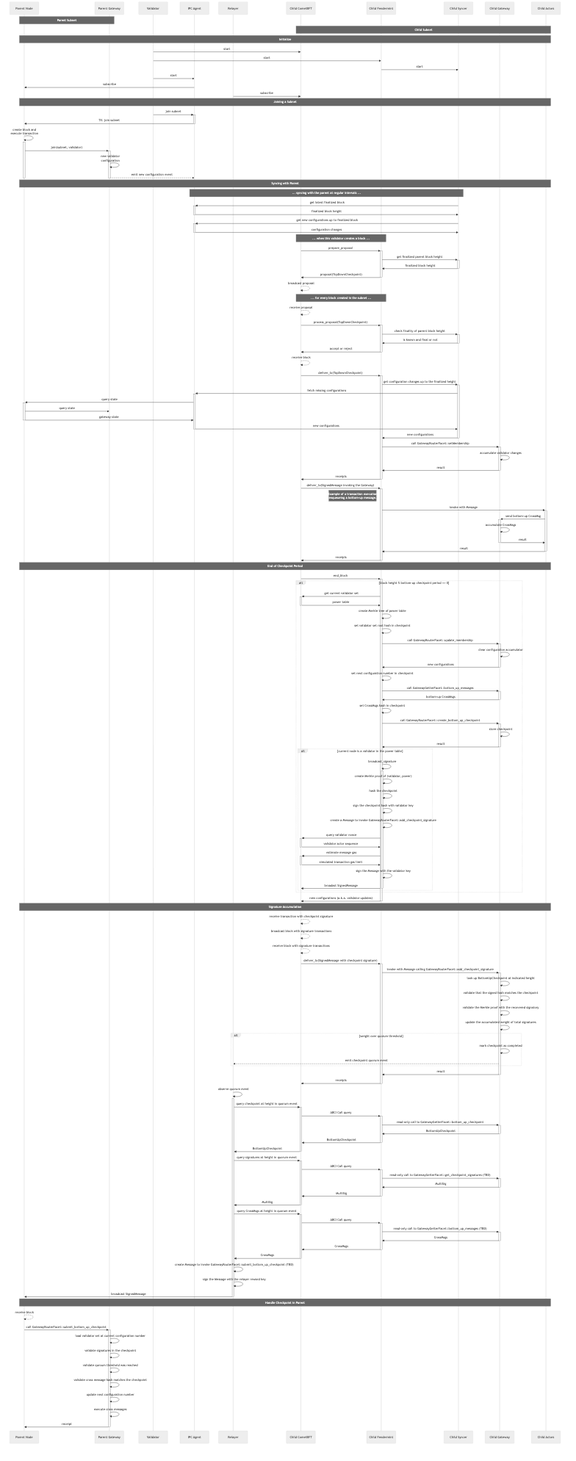
Earlier version of the Mermaid export docs/fendermint/diagrams/checkpointing.png (consensus-shipyard/ipc). Its source is kept beside it as docs/fendermint/diagrams/checkpointing.mmd.
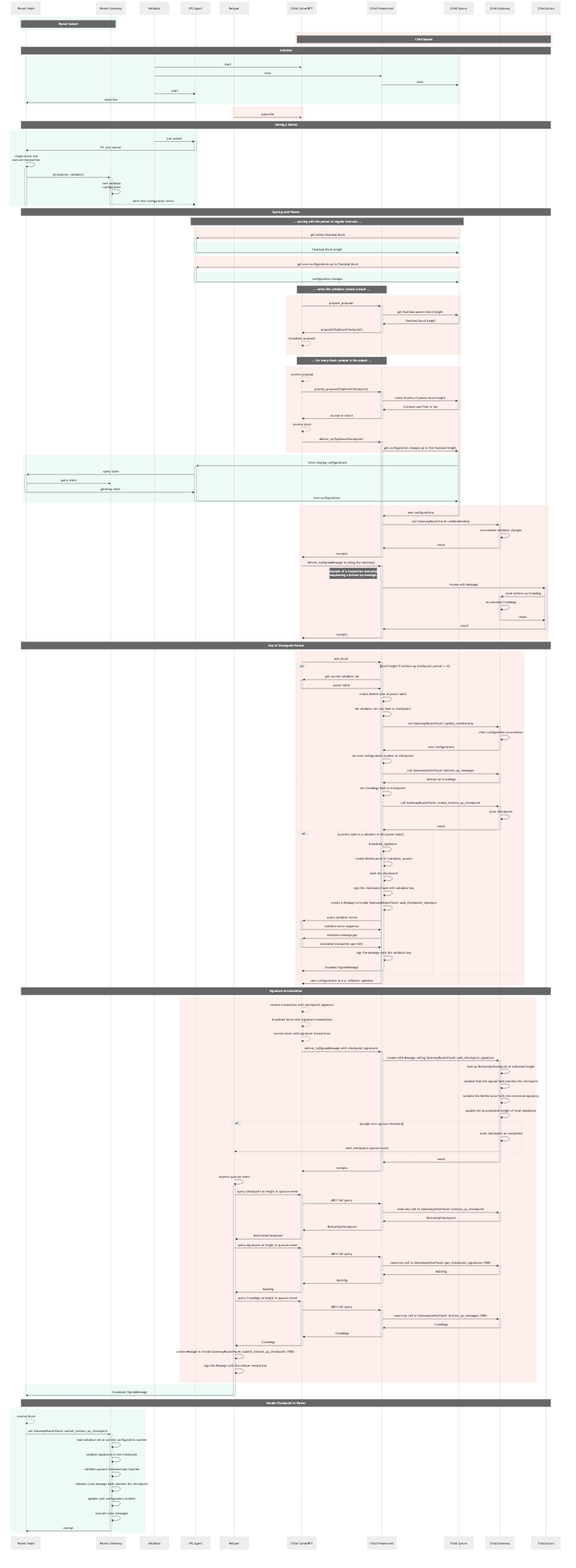
Later version of the same file.

Diff of the diagram source:
```diff
@@ -10,170 +10,204 @@
     participant ChildGateway as Child Gateway
     participant ChildActors as Child Actors
 
-    Note over ParentNode, ParentGateway: Parent Subnet
-    Note over ChildCometBFT, ChildActors: Child Subnet
+    rect rgb(238, 251, 245)
+        Note over ParentNode, ParentGateway: Parent Subnet
+    end
+    rect rgb(254, 239, 236)
+        Note over ChildCometBFT, ChildActors: Child Subnet
+    end
 
     Note over ParentNode, ChildActors: Initialize
 
-    Validator->>ChildCometBFT: start
-    Validator->>ChildFendermint: start
-    ChildFendermint->>ChildSyncer: start
-    Validator->>IPCAgent: start
-    IPCAgent->>ParentNode: subscribe
-    Relayer->>ChildCometBFT: subscribe
+    rect rgb(238, 251, 245)
+        Validator->>ChildCometBFT: start
+        Validator->>ChildFendermint: start
+        ChildFendermint->>ChildSyncer: start
+        Validator->>IPCAgent: start
+        IPCAgent->>ParentNode: subscribe
+    end
+    rect rgb(254, 239, 236)
+        Relayer->>ChildCometBFT: subscribe
+    end
 
     Note over ParentNode, ChildActors: Joining a Subnet
 
-    Validator->>+IPCAgent: join subnet
-    IPCAgent->>-ParentNode: TX: join subnet
-    ParentNode->>+ParentNode: create block and<br/>execute transaction
-    ParentNode->>+ParentGateway: join(subnet, validator)
-    ParentGateway->>ParentGateway: new validator<br/>configuration
-    ParentGateway-->>IPCAgent: emit new configuration event
-    deactivate ParentGateway
-    deactivate ParentNode
+    rect rgb(238, 251, 245)
+        Validator->>+IPCAgent: join subnet
+        IPCAgent->>-ParentNode: TX: join subnet
+        ParentNode->>+ParentNode: create block and<br/>execute transaction
+        ParentNode->>+ParentGateway: join(subnet, validator)
+        ParentGateway->>ParentGateway: new validator<br/>configuration
+        ParentGateway-->>IPCAgent: emit new configuration event
+        deactivate ParentGateway
+        deactivate ParentNode
+    end
 
     Note over ParentNode, ChildActors: Syncing with Parent
     Note over ChildSyncer, IPCAgent: ... syncing with the parent at regular intervals ...
 
-    ChildSyncer->>+IPCAgent: get latest finalized block
-    IPCAgent->>-ChildSyncer: finalized block height
+    rect rgb(254, 239, 236)
+        ChildSyncer->>+IPCAgent: get latest finalized block
+    end
+    rect rgb(238, 251, 245)
+        IPCAgent->>-ChildSyncer: finalized block height
+    end
 
-    ChildSyncer->>+IPCAgent: get new configurations up to finalized block
-    IPCAgent->>-ChildSyncer: configuration changes
+    rect rgb(254, 239, 236)
+        ChildSyncer->>+IPCAgent: get new configurations up to finalized block
+    end
+    rect rgb(238, 251, 245)
+        IPCAgent->>-ChildSyncer: configuration changes
+    end
 
     Note over ChildCometBFT, ChildFendermint: ... when this validator creates a block ...
 
-    ChildCometBFT->>+ChildFendermint: prepare_proposal
-    ChildFendermint->>+ChildSyncer: get finalized parent block height
-    ChildSyncer->>-ChildFendermint: finalized block height
-    ChildFendermint->>-ChildCometBFT: proposal(TopDownCheckpoint)
-    ChildCometBFT-->>ChildCometBFT: broadcast proposal
+    rect rgb(254, 239, 236)
+        ChildCometBFT->>+ChildFendermint: prepare_proposal
+        ChildFendermint->>+ChildSyncer: get finalized parent block height
+        ChildSyncer->>-ChildFendermint: finalized block height
+        ChildFendermint->>-ChildCometBFT: proposal(TopDownCheckpoint)
+        ChildCometBFT-->>ChildCometBFT: broadcast proposal
+    end
 
     Note over ChildCometBFT, ChildFendermint: ... for every block created in the subnet ...
 
-    ChildCometBFT-->>ChildCometBFT: receive proposal
-    ChildCometBFT->>+ChildFendermint: process_proposal(TopDownCheckpoint)
-    ChildFendermint->>+ChildSyncer: check finality of parent block height
-    ChildSyncer->>-ChildFendermint: is known and final or not
-    ChildFendermint->>-ChildCometBFT: accept or reject
+    rect rgb(254, 239, 236)
+        ChildCometBFT-->>ChildCometBFT: receive proposal
+        ChildCometBFT->>+ChildFendermint: process_proposal(TopDownCheckpoint)
+        ChildFendermint->>+ChildSyncer: check finality of parent block height
+        ChildSyncer->>-ChildFendermint: is known and final or not
+        ChildFendermint->>-ChildCometBFT: accept or reject
 
-    ChildCometBFT-->>ChildCometBFT: receive block
+        ChildCometBFT-->>ChildCometBFT: receive block
 
-    ChildCometBFT->>+ChildFendermint: deliver_tx(TopDownCheckpoint)
-    ChildFendermint->>+ChildSyncer: get configuration changes up to the finalized height
-    ChildSyncer->>+IPCAgent: fetch missing configurations
-    IPCAgent->>+ParentNode: query state
-    ParentNode->>ParentGateway: query state
-    ParentNode->>-IPCAgent: gateway state
-    IPCAgent->>-ChildSyncer: new configurations
-    ChildSyncer->>-ChildFendermint: new configurations
-    ChildFendermint->>+ChildGateway: call GatewayRouterFacet::setMembership
-    ChildGateway->>ChildGateway: accumulate validator changes
-    ChildGateway->>-ChildFendermint: result
-    ChildFendermint->>-ChildCometBFT: receipts
+        ChildCometBFT->>+ChildFendermint: deliver_tx(TopDownCheckpoint)
+        ChildFendermint->>+ChildSyncer: get configuration changes up to the finalized height
+    end
+    rect rgb(238, 251, 245)
+        ChildSyncer->>+IPCAgent: fetch missing configurations
+        IPCAgent->>+ParentNode: query state
+        ParentNode->>ParentGateway: query state
+        ParentNode->>-IPCAgent: gateway state
+        IPCAgent->>-ChildSyncer: new configurations
+    end
+    rect rgb(254, 239, 236)
+        ChildSyncer->>-ChildFendermint: new configurations
+        ChildFendermint->>+ChildGateway: call GatewayRouterFacet::setMembership
+        ChildGateway->>ChildGateway: accumulate validator changes
+        ChildGateway->>-ChildFendermint: result
+        ChildFendermint->>-ChildCometBFT: receipts
 
-    ChildCometBFT->>+ChildFendermint: deliver_tx(SignedMessage invoking the Gateway)
-    Note left of ChildFendermint: Example of a transaction execution<br/>enqueueing a bottom-up message.
-    ChildFendermint->>+ChildActors: invoke with Message
-    ChildActors->>+ChildGateway: send bottom-up CrossMsg
-    ChildGateway->>ChildGateway: accumulate CrossMsgs
-    ChildGateway->>-ChildActors: result
-    ChildActors->>-ChildFendermint: result
-    ChildFendermint->>-ChildCometBFT: receipts
+        ChildCometBFT->>+ChildFendermint: deliver_tx(SignedMessage invoking the Gateway)
+        Note left of ChildFendermint: Example of a transaction execution<br/>enqueueing a bottom-up message.
+        ChildFendermint->>+ChildActors: invoke with Message
+        ChildActors->>+ChildGateway: send bottom-up CrossMsg
+        ChildGateway->>ChildGateway: accumulate CrossMsgs
+        ChildGateway->>-ChildActors: result
+        ChildActors->>-ChildFendermint: result
+        ChildFendermint->>-ChildCometBFT: receipts
+    end
 
     Note over ParentNode, ChildActors: End of Checkpoint Period
 
-    ChildCometBFT->>+ChildFendermint: end_block
-    alt block height % bottom-up checkpoint period == 0
-        ChildFendermint->>+ChildCometBFT: get current validator set
-        ChildCometBFT->>-ChildFendermint: power table
-        ChildFendermint->>ChildFendermint: create Merkle tree of power table
-        ChildFendermint->>ChildFendermint: set validator set root hash in checkpoint
+    rect rgb(254, 239, 236)
+        ChildCometBFT->>+ChildFendermint: end_block
+        alt block height % bottom-up checkpoint period == 0
+            ChildFendermint->>+ChildCometBFT: get current validator set
+            ChildCometBFT->>-ChildFendermint: power table
+            ChildFendermint->>ChildFendermint: create Merkle tree of power table
+            ChildFendermint->>ChildFendermint: set validator set root hash in checkpoint
 
-        ChildFendermint->>+ChildGateway: call GatewayRouterFacet::update_membership
-        ChildGateway->>ChildGateway: clear configuration accumulator
-        ChildGateway->>-ChildFendermint: new configurations
-        ChildFendermint->>ChildFendermint: set next configuration number in checkpoint
+            ChildFendermint->>+ChildGateway: call GatewayRouterFacet::update_membership
+            ChildGateway->>ChildGateway: clear configuration accumulator
+            ChildGateway->>-ChildFendermint: new configurations
+            ChildFendermint->>ChildFendermint: set next configuration number in checkpoint
 
-        ChildFendermint->>+ChildGateway: call GatewayGetterFacet::bottom_up_messages
-        ChildGateway->>-ChildFendermint: bottom-up CrossMsgs
-        ChildFendermint->>ChildFendermint: set CrossMsgs hash in checkpoint
+            ChildFendermint->>+ChildGateway: call GatewayGetterFacet::bottom_up_messages
+            ChildGateway->>-ChildFendermint: bottom-up CrossMsgs
+            ChildFendermint->>ChildFendermint: set CrossMsgs hash in checkpoint
 
-        ChildFendermint->>+ChildGateway: call GatewayRouterFacet::create_bottom_up_checkpoint
-        ChildGateway->>ChildGateway: store checkpoint
-        ChildGateway->>-ChildFendermint: result
+            ChildFendermint->>+ChildGateway: call GatewayRouterFacet::create_bottom_up_checkpoint
+            ChildGateway->>ChildGateway: store checkpoint
+            ChildGateway->>-ChildFendermint: result
 
-        alt current node is a validator in the power table
-            ChildFendermint->>+ChildFendermint: broadcast_signature
-            ChildFendermint->>ChildFendermint: create Merkle proof of (validator, power)
-            ChildFendermint->>ChildFendermint: hash the checkpoint
-            ChildFendermint->>ChildFendermint: sign the checkpoint hash with validator key
-            ChildFendermint->>ChildFendermint: create a Message to invoke GatewayRouterFacet::add_checkpoint_signature
-            ChildFendermint->>+ChildCometBFT: query validator nonce
-            ChildCometBFT->>-ChildFendermint: validator actor sequence
-            ChildFendermint->>+ChildCometBFT: estimate message gas
-            ChildCometBFT->>-ChildFendermint: simulated transaction gas limit
-            ChildFendermint->>ChildFendermint: sign the Message with the validator key
-            ChildFendermint->>-ChildCometBFT: broadast SignedMessage
+            alt current node is a validator in the power table
+                ChildFendermint->>+ChildFendermint: broadcast_signature
+                ChildFendermint->>ChildFendermint: create Merkle proof of (validator, power)
+                ChildFendermint->>ChildFendermint: hash the checkpoint
+                ChildFendermint->>ChildFendermint: sign the checkpoint hash with validator key
+                ChildFendermint->>ChildFendermint: create a Message to invoke GatewayRouterFacet::add_checkpoint_signature
+                ChildFendermint->>+ChildCometBFT: query validator nonce
+                ChildCometBFT->>-ChildFendermint: validator actor sequence
+                ChildFendermint->>+ChildCometBFT: estimate message gas
+                ChildCometBFT->>-ChildFendermint: simulated transaction gas limit
+                ChildFendermint->>ChildFendermint: sign the Message with the validator key
+                ChildFendermint->>-ChildCometBFT: broadast SignedMessage
+            end
         end
+        ChildFendermint->>-ChildCometBFT: new configurations (a.k.a. validator updates)
     end
-    ChildFendermint->>-ChildCometBFT: new configurations (a.k.a. validator updates)
 
     Note over ParentNode, ChildActors: Signature Accumulation
 
-    ChildCometBFT-->>ChildCometBFT: receive transaction with checkpoint signature
-    ChildCometBFT-->>ChildCometBFT: broadcast block with signature transactions
-    ChildCometBFT-->>ChildCometBFT: receive block with signature transactions
+    rect rgb(254, 239, 236)
+        ChildCometBFT-->>ChildCometBFT: receive transaction with checkpoint signature
+        ChildCometBFT-->>ChildCometBFT: broadcast block with signature transactions
+        ChildCometBFT-->>ChildCometBFT: receive block with signature transactions
 
-    ChildCometBFT->>+ChildFendermint: deliver_tx(SignedMessage with checkpoint signature)
-    ChildFendermint->>+ChildGateway: invoke with Message calling GatewayRouterFacet::add_checkpoint_signature
-    ChildGateway->>ChildGateway: look up BottomUpCheckpoint at indicated height
-    ChildGateway->>ChildGateway: validate that the signed hash matches the checkpoint
-    ChildGateway->>ChildGateway: validate the Merkle proof with the recovered signatory
-    ChildGateway->>ChildGateway: update the accumulated weight of total signatures
-    alt weight over quorum threshold
-        ChildGateway->>ChildGateway: mark checkpoint as completed
-        ChildGateway-->>Relayer: emit checkpoint quorum event
+        ChildCometBFT->>+ChildFendermint: deliver_tx(SignedMessage with checkpoint signature)
+        ChildFendermint->>+ChildGateway: invoke with Message calling GatewayRouterFacet::add_checkpoint_signature
+        ChildGateway->>ChildGateway: look up BottomUpCheckpoint at indicated height
+        ChildGateway->>ChildGateway: validate that the signed hash matches the checkpoint
+        ChildGateway->>ChildGateway: validate the Merkle proof with the recovered signatory
+        ChildGateway->>ChildGateway: update the accumulated weight of total signatures
+        alt weight over quorum threshold
+            ChildGateway->>ChildGateway: mark checkpoint as completed
+            ChildGateway-->>Relayer: emit checkpoint quorum event
+        end
+        ChildGateway->>-ChildFendermint: result
+        ChildFendermint->>-ChildCometBFT: receipts
+
+        Relayer->>+Relayer: observe quorum event
+        Relayer->>+ChildCometBFT: query checkpoint at height in quorum event
+        ChildCometBFT->>+ChildFendermint: ABCI Call query
+        ChildFendermint->>+ChildGateway: read-only call to GatewayGetterFacet::bottom_up_checkpoint
+        ChildGateway->>-ChildFendermint: BottomUpCheckpoint
+        ChildFendermint->>-ChildCometBFT: BottomUpCheckpoint
+        ChildCometBFT->>-Relayer: BottomUpCheckpoint
+
+        Relayer->>+ChildCometBFT: query signatures at height in quorum event
+        ChildCometBFT->>+ChildFendermint: ABCI Call query
+        ChildFendermint->>+ChildGateway: read-only call to GatewayGetterFacet::get_checkpoint_signatures (TBD)
+        ChildGateway->>-ChildFendermint: MultiSig
+        ChildFendermint->>-ChildCometBFT: MultiSig
+        ChildCometBFT->>-Relayer: MultiSig
+
+        Relayer->>+ChildCometBFT: query CrossMsgs at height in quorum event
+        ChildCometBFT->>+ChildFendermint: ABCI Call query
+        ChildFendermint->>+ChildGateway: read-only call to GatewayGetterFacet::bottom_up_messages (TBD)
+        ChildGateway->>-ChildFendermint: CrossMsgs
+        ChildFendermint->>-ChildCometBFT: CrossMsgs
+        ChildCometBFT->>-Relayer: CrossMsgs
+
+        Relayer->>Relayer: create Message to invoke GatewayRouterFacet::submit_bottom_up_checkpoint (TBD)
+        Relayer->>Relayer: sign the Message with the relayer reward key
     end
-    ChildGateway->>-ChildFendermint: result
-    ChildFendermint->>-ChildCometBFT: receipts
-
-    Relayer->>+Relayer: observe quorum event
-    Relayer->>+ChildCometBFT: query checkpoint at height in quorum event
-    ChildCometBFT->>+ChildFendermint: ABCI Call query
-    ChildFendermint->>+ChildGateway: read-only call to GatewayGetterFacet::bottom_up_checkpoint
-    ChildGateway->>-ChildFendermint: BottomUpCheckpoint
-    ChildFendermint->>-ChildCometBFT: BottomUpCheckpoint
-    ChildCometBFT->>-Relayer: BottomUpCheckpoint
-
-    Relayer->>+ChildCometBFT: query signatures at height in quorum event
-    ChildCometBFT->>+ChildFendermint: ABCI Call query
-    ChildFendermint->>+ChildGateway: read-only call to GatewayGetterFacet::get_checkpoint_signatures (TBD)
-    ChildGateway->>-ChildFendermint: MultiSig
-    ChildFendermint->>-ChildCometBFT: MultiSig
-    ChildCometBFT->>-Relayer: MultiSig
-
-    Relayer->>+ChildCometBFT: query CrossMsgs at height in quorum event
-    ChildCometBFT->>+ChildFendermint: ABCI Call query
-    ChildFendermint->>+ChildGateway: read-only call to GatewayGetterFacet::bottom_up_messages (TBD)
-    ChildGateway->>-ChildFendermint: CrossMsgs
-    ChildFendermint->>-ChildCometBFT: CrossMsgs
-    ChildCometBFT->>-Relayer: CrossMsgs
-
-    Relayer->>Relayer: create Message to invoke GatewayRouterFacet::submit_bottom_up_checkpoint (TBD)
-    Relayer->>Relayer: sign the Message with the relayer reward key
-    Relayer->>-ParentNode: broadcast SignedMessage
+    rect rgb(238, 251, 245)
+        Relayer->>-ParentNode: broadcast SignedMessage
+    end
 
     Note over ParentNode, ChildActors: Handle Checkpoint in Parent
 
-    ParentNode-->>ParentNode: receive block
+    rect rgb(238, 251, 245)
+        ParentNode-->>ParentNode: receive block
 
-    ParentNode->>+ParentGateway: call GatewayRouterFacet::submit_bottom_up_checkpoint
-    ParentGateway->>ParentGateway: load validator set at current configuration number
-    ParentGateway->>ParentGateway: validate signatures in the checkpoint
-    ParentGateway->>ParentGateway: validate quroum threshold was reached
-    ParentGateway->>ParentGateway: validate cross message hash matches the checkpoint
-    ParentGateway->>ParentGateway: update next configuration number
-    ParentGateway->>ParentGateway: execute cross messages
-    ParentGateway->>-ParentNode: receipt
+        ParentNode->>+ParentGateway: call GatewayRouterFacet::submit_bottom_up_checkpoint
+        ParentGateway->>ParentGateway: load validator set at current configuration number
+        ParentGateway->>ParentGateway: validate signatures in the checkpoint
+        ParentGateway->>ParentGateway: validate quroum threshold was reached
+        ParentGateway->>ParentGateway: validate cross message hash matches the checkpoint
+        ParentGateway->>ParentGateway: update next configuration number
+        ParentGateway->>ParentGateway: execute cross messages
+        ParentGateway->>-ParentNode: receipt
+    end
```
